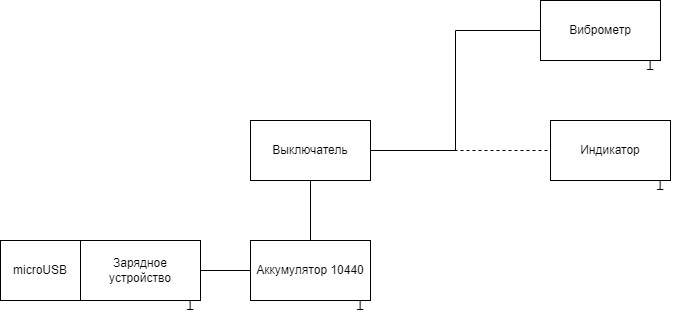
This is shemeR.png from ksinph/PSTU_LABS_2023, a draw.io export, as it was before one commit. Source tidied: cells renumbered, new cells last; positions are measured from the earlier drawing's top-left corner, leaving out a move shared by most shapes.
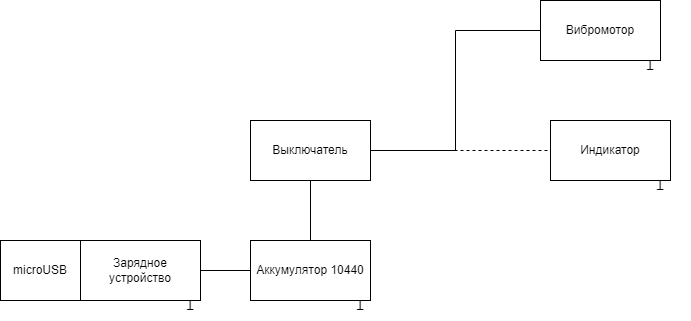
After the commit.

The edit, as a diff of the source:
```diff
@@ -2,7 +2,7 @@
   <root>
     <mxCell id="0" />
     <mxCell id="1" parent="0" />
-    <mxCell id="2" value="Виброметр" style="rounded=0;whiteSpace=wrap;html=1;" parent="1" vertex="1">
+    <mxCell id="2" value="Вибромотор" style="rounded=0;whiteSpace=wrap;html=1;" parent="1" vertex="1">
       <mxGeometry x="540" width="120" height="60" as="geometry" />
     </mxCell>
     <mxCell id="3" value="Индикатор" style="rounded=0;whiteSpace=wrap;html=1;" parent="1" vertex="1">
```
